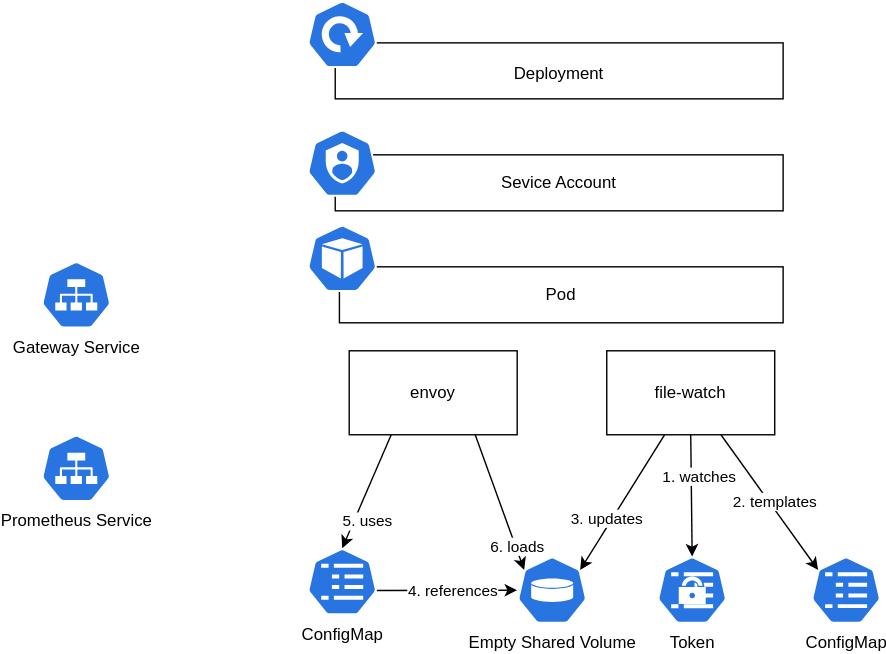
This is golang-http/envoy-pod-xds.drawio.svg from jrhoward/examples, a draw.io export, as it was before one commit. Source tidied: cells renumbered, new cells last; positions are measured from the earlier drawing's top-left corner, leaving out a move shared by most shapes.
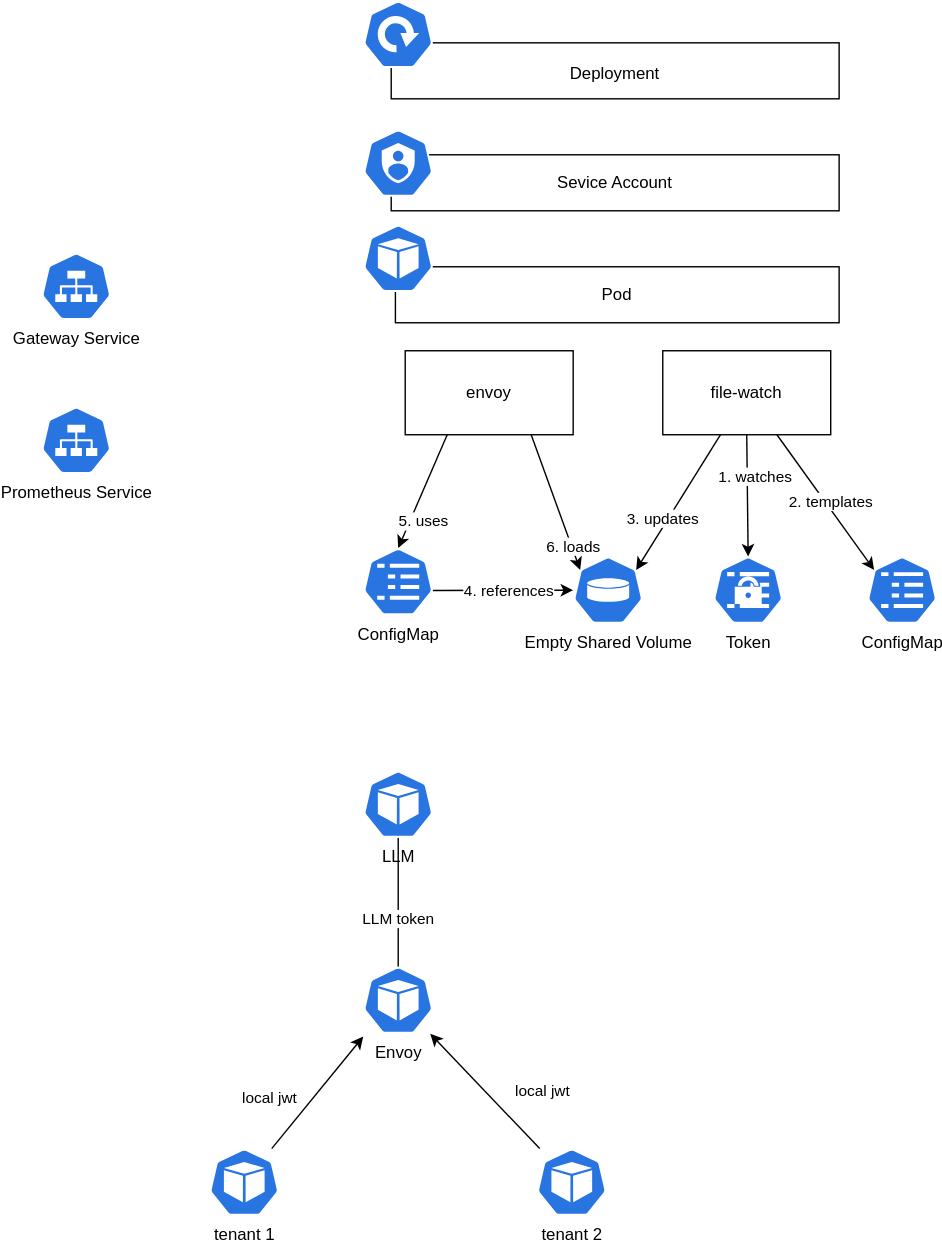
The same file after the commit.

The edit, as a diff of the source:
```diff
@@ -21,10 +21,10 @@
       <mxGeometry x="190" y="92" width="50" height="48" as="geometry" />
     </mxCell>
     <mxCell id="8" value="Gateway Service" style="sketch=0;html=1;dashed=0;whitespace=wrap;fillColor=#2875E2;strokeColor=#ffffff;verticalLabelPosition=bottom;align=center;verticalAlign=top;shape=mxgraph.kubernetes.icon;prIcon=svc;rounded=0;" parent="1" vertex="1">
-      <mxGeometry y="186" width="50" height="48" as="geometry" />
+      <mxGeometry x="-40" y="180" width="50" height="48" as="geometry" />
     </mxCell>
     <mxCell id="9" value="Prometheus Service" style="sketch=0;html=1;dashed=0;whitespace=wrap;fillColor=#2875E2;strokeColor=#ffffff;verticalLabelPosition=bottom;align=center;verticalAlign=top;shape=mxgraph.kubernetes.icon;prIcon=svc;rounded=0;" parent="1" vertex="1">
-      <mxGeometry y="310" width="50" height="48" as="geometry" />
+      <mxGeometry x="-40" y="290" width="50" height="48" as="geometry" />
     </mxCell>
     <mxCell id="10" value="ConfigMap" style="sketch=0;html=1;dashed=0;whitespace=wrap;fillColor=#2875E2;strokeColor=#ffffff;points=[[0.005,0.63,0],[0.1,0.2,0],[0.9,0.2,0],[0.5,0,0],[0.995,0.63,0],[0.72,0.99,0],[0.5,1,0],[0.28,0.99,0]];verticalLabelPosition=bottom;align=center;verticalAlign=top;shape=mxgraph.kubernetes.icon;prIcon=cm;rounded=0;" parent="1" vertex="1">
       <mxGeometry x="550" y="397" width="50" height="48" as="geometry" />
@@ -75,5 +75,41 @@
     <mxCell id="24" value="Empty Shared Volume" style="sketch=0;html=1;dashed=0;whitespace=wrap;fillColor=#2875E2;strokeColor=#ffffff;points=[[0.005,0.63,0],[0.1,0.2,0],[0.9,0.2,0],[0.5,0,0],[0.995,0.63,0],[0.72,0.99,0],[0.5,1,0],[0.28,0.99,0]];verticalLabelPosition=bottom;align=center;verticalAlign=top;shape=mxgraph.kubernetes.icon;prIcon=vol;rounded=0;" parent="1" vertex="1">
       <mxGeometry x="340" y="397" width="50" height="48" as="geometry" />
     </mxCell>
+    <mxCell id="25" style="edgeStyle=none;html=1;endArrow=none;endFill=0;" parent="1" edge="1" source="27" target="28">
+      <mxGeometry relative="1" as="geometry" />
+    </mxCell>
+    <mxCell id="26" value="LLM token" style="edgeLabel;html=1;align=center;verticalAlign=middle;" parent="25" vertex="1">
+      <mxGeometry x="-0.24" y="1" relative="1" as="geometry" />
+    </mxCell>
+    <mxCell id="27" value="Envoy" style="sketch=0;html=1;dashed=0;whitespace=wrap;fillColor=#2875E2;strokeColor=#ffffff;points=[[0.005,0.63,0],[0.1,0.2,0],[0.9,0.2,0],[0.5,0,0],[0.995,0.63,0],[0.72,0.99,0],[0.5,1,0],[0.28,0.99,0]];verticalLabelPosition=bottom;align=center;verticalAlign=top;shape=mxgraph.kubernetes.icon;prIcon=pod;" parent="1" vertex="1">
+      <mxGeometry x="190" y="690" width="50" height="48" as="geometry" />
+    </mxCell>
+    <mxCell id="28" value="LLM" style="sketch=0;html=1;dashed=0;whitespace=wrap;fillColor=#2875E2;strokeColor=#ffffff;points=[[0.005,0.63,0],[0.1,0.2,0],[0.9,0.2,0],[0.5,0,0],[0.995,0.63,0],[0.72,0.99,0],[0.5,1,0],[0.28,0.99,0]];verticalLabelPosition=bottom;align=center;verticalAlign=top;shape=mxgraph.kubernetes.icon;prIcon=pod;" parent="1" vertex="1">
+      <mxGeometry x="190" y="550" width="50" height="48" as="geometry" />
+    </mxCell>
+    <mxCell id="29" style="edgeStyle=none;html=1;" parent="1" edge="1" source="31" target="27">
+      <mxGeometry relative="1" as="geometry" />
+    </mxCell>
+    <mxCell id="30" value="local jwt" style="edgeLabel;html=1;align=center;verticalAlign=middle;" parent="29" vertex="1">
+      <mxGeometry x="-0.26" y="-1" relative="1" as="geometry">
+        <mxPoint x="30" y="-10" as="offset" />
+      </mxGeometry>
+    </mxCell>
+    <mxCell id="31" value="tenant 2" style="sketch=0;html=1;dashed=0;whitespace=wrap;fillColor=#2875E2;strokeColor=#ffffff;points=[[0.005,0.63,0],[0.1,0.2,0],[0.9,0.2,0],[0.5,0,0],[0.995,0.63,0],[0.72,0.99,0],[0.5,1,0],[0.28,0.99,0]];verticalLabelPosition=bottom;align=center;verticalAlign=top;shape=mxgraph.kubernetes.icon;prIcon=pod;" parent="1" vertex="1">
+      <mxGeometry x="314" y="820" width="50" height="48" as="geometry" />
+    </mxCell>
+    <mxCell id="32" style="edgeStyle=none;html=1;" parent="1" edge="1" source="34">
+      <mxGeometry relative="1" as="geometry">
+        <mxPoint x="190" y="740" as="targetPoint" />
+      </mxGeometry>
+    </mxCell>
+    <mxCell id="33" value="local jwt" style="edgeLabel;html=1;align=center;verticalAlign=middle;" parent="32" vertex="1">
+      <mxGeometry x="-0.1" relative="1" as="geometry">
+        <mxPoint x="-32" as="offset" />
+      </mxGeometry>
+    </mxCell>
+    <mxCell id="34" value="tenant 1" style="sketch=0;html=1;dashed=0;whitespace=wrap;fillColor=#2875E2;strokeColor=#ffffff;points=[[0.005,0.63,0],[0.1,0.2,0],[0.9,0.2,0],[0.5,0,0],[0.995,0.63,0],[0.72,0.99,0],[0.5,1,0],[0.28,0.99,0]];verticalLabelPosition=bottom;align=center;verticalAlign=top;shape=mxgraph.kubernetes.icon;prIcon=pod;" parent="1" vertex="1">
+      <mxGeometry x="80" y="820" width="50" height="48" as="geometry" />
+    </mxCell>
   </root>
 </mxGraphModel>
```
